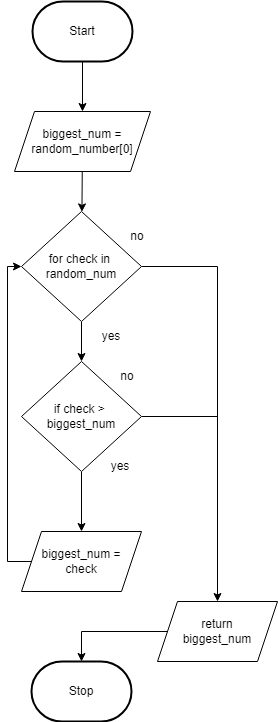
This is Drawio/FlowChart.png from JacksonNaufal/ICS3U-Unit6-03-Python, a draw.io export, as it was before one commit. Source tidied: cells renumbered, new cells last; positions are measured from the earlier drawing's top-left corner, leaving out a move shared by most shapes. Its diagram source:
```xml
<mxGraphModel>
  <root>
    <mxCell id="0" />
    <mxCell id="1" parent="0" />
    <mxCell id="2" style="edgeStyle=none;html=1;" parent="1" edge="1" source="3" target="13">
      <mxGeometry relative="1" as="geometry" />
    </mxCell>
    <mxCell id="3" value="Start" style="strokeWidth=2;html=1;shape=mxgraph.flowchart.terminator;whiteSpace=wrap;" parent="1" vertex="1">
      <mxGeometry x="25" width="100" height="60" as="geometry" />
    </mxCell>
    <mxCell id="4" value="Stop" style="strokeWidth=2;html=1;shape=mxgraph.flowchart.terminator;whiteSpace=wrap;rounded=1;" parent="1" vertex="1">
      <mxGeometry x="24" y="660" width="100" height="60" as="geometry" />
    </mxCell>
    <mxCell id="5" style="edgeStyle=none;html=1;" parent="1" edge="1" source="7" target="16">
      <mxGeometry relative="1" as="geometry" />
    </mxCell>
    <mxCell id="6" style="edgeStyle=none;html=1;entryX=0.5;entryY=0;entryDx=0;entryDy=0;endArrow=classic;endFill=1;rounded=0;" parent="1" edge="1" source="7" target="20">
      <mxGeometry relative="1" as="geometry">
        <Array as="points">
          <mxPoint x="210" y="265" />
        </Array>
      </mxGeometry>
    </mxCell>
    <mxCell id="7" value="for check in&amp;nbsp;&lt;br&gt;random_num" style="rhombus;whiteSpace=wrap;html=1;" parent="1" vertex="1">
      <mxGeometry x="14" y="210" width="120" height="110" as="geometry" />
    </mxCell>
    <mxCell id="8" style="edgeStyle=none;html=1;entryX=0;entryY=0.5;entryDx=0;entryDy=0;rounded=0;exitX=0;exitY=0.5;exitDx=0;exitDy=0;" parent="1" edge="1" source="11" target="7">
      <mxGeometry relative="1" as="geometry">
        <Array as="points">
          <mxPoint y="560" />
          <mxPoint y="265" />
        </Array>
      </mxGeometry>
    </mxCell>
    <mxCell id="9" value="yes" style="text;html=1;strokeColor=none;fillColor=none;align=center;verticalAlign=middle;whiteSpace=wrap;rounded=0;" parent="1" vertex="1">
      <mxGeometry x="74" y="320" width="60" height="30" as="geometry" />
    </mxCell>
    <mxCell id="10" value="no" style="text;html=1;strokeColor=none;fillColor=none;align=center;verticalAlign=middle;whiteSpace=wrap;rounded=0;" parent="1" vertex="1">
      <mxGeometry x="100" y="220" width="60" height="30" as="geometry" />
    </mxCell>
    <mxCell id="11" value="biggest_num =&lt;br&gt;check" style="shape=parallelogram;perimeter=parallelogramPerimeter;whiteSpace=wrap;html=1;fixedSize=1;" parent="1" vertex="1">
      <mxGeometry x="14" y="530" width="120" height="60" as="geometry" />
    </mxCell>
    <mxCell id="12" style="edgeStyle=none;html=1;" parent="1" edge="1" source="13" target="7">
      <mxGeometry relative="1" as="geometry" />
    </mxCell>
    <mxCell id="13" value="biggest_num = random_number[0]" style="shape=parallelogram;perimeter=parallelogramPerimeter;whiteSpace=wrap;html=1;fixedSize=1;" parent="1" vertex="1">
      <mxGeometry x="7" y="110" width="136" height="60" as="geometry" />
    </mxCell>
    <mxCell id="14" style="edgeStyle=none;html=1;entryX=0.5;entryY=0;entryDx=0;entryDy=0;" parent="1" edge="1" source="16" target="11">
      <mxGeometry relative="1" as="geometry" />
    </mxCell>
    <mxCell id="15" style="edgeStyle=none;html=1;endArrow=none;endFill=0;" parent="1" edge="1" source="16">
      <mxGeometry relative="1" as="geometry">
        <mxPoint x="210" y="415" as="targetPoint" />
      </mxGeometry>
    </mxCell>
    <mxCell id="16" value="if check &amp;gt;&amp;nbsp;&lt;br&gt;biggest_num" style="rhombus;whiteSpace=wrap;html=1;" parent="1" vertex="1">
      <mxGeometry x="14" y="360" width="120" height="110" as="geometry" />
    </mxCell>
    <mxCell id="17" value="no" style="text;html=1;strokeColor=none;fillColor=none;align=center;verticalAlign=middle;whiteSpace=wrap;rounded=0;" parent="1" vertex="1">
      <mxGeometry x="90" y="360" width="60" height="30" as="geometry" />
    </mxCell>
    <mxCell id="18" value="yes" style="text;html=1;strokeColor=none;fillColor=none;align=center;verticalAlign=middle;whiteSpace=wrap;rounded=0;" parent="1" vertex="1">
      <mxGeometry x="83" y="450" width="60" height="30" as="geometry" />
    </mxCell>
    <mxCell id="19" style="edgeStyle=none;rounded=0;html=1;entryX=0.5;entryY=0;entryDx=0;entryDy=0;entryPerimeter=0;endArrow=classic;endFill=1;" parent="1" edge="1" source="20" target="4">
      <mxGeometry relative="1" as="geometry">
        <Array as="points">
          <mxPoint x="74" y="630" />
        </Array>
      </mxGeometry>
    </mxCell>
    <mxCell id="20" value="return&lt;br&gt;biggest_num" style="shape=parallelogram;perimeter=parallelogramPerimeter;whiteSpace=wrap;html=1;fixedSize=1;" parent="1" vertex="1">
      <mxGeometry x="150" y="600" width="120" height="60" as="geometry" />
    </mxCell>
  </root>
</mxGraphModel>
```
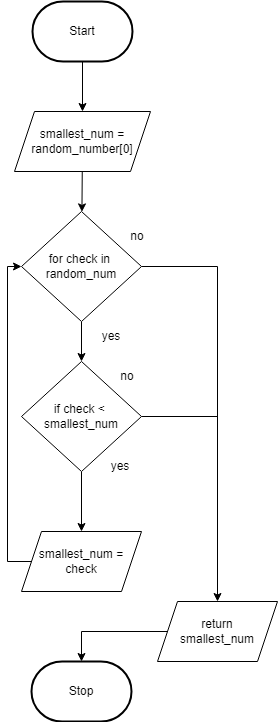
Above is the later version.

What changed in the source:
```diff
@@ -38,13 +38,13 @@
     <mxCell id="10" value="no" style="text;html=1;strokeColor=none;fillColor=none;align=center;verticalAlign=middle;whiteSpace=wrap;rounded=0;" parent="1" vertex="1">
       <mxGeometry x="100" y="220" width="60" height="30" as="geometry" />
     </mxCell>
-    <mxCell id="11" value="biggest_num =&lt;br&gt;check" style="shape=parallelogram;perimeter=parallelogramPerimeter;whiteSpace=wrap;html=1;fixedSize=1;" parent="1" vertex="1">
+    <mxCell id="11" value="smallest_num =&lt;br&gt;check" style="shape=parallelogram;perimeter=parallelogramPerimeter;whiteSpace=wrap;html=1;fixedSize=1;" parent="1" vertex="1">
       <mxGeometry x="14" y="530" width="120" height="60" as="geometry" />
     </mxCell>
     <mxCell id="12" style="edgeStyle=none;html=1;" parent="1" edge="1" source="13" target="7">
       <mxGeometry relative="1" as="geometry" />
     </mxCell>
-    <mxCell id="13" value="biggest_num = random_number[0]" style="shape=parallelogram;perimeter=parallelogramPerimeter;whiteSpace=wrap;html=1;fixedSize=1;" parent="1" vertex="1">
+    <mxCell id="13" value="smallest_num = random_number[0]" style="shape=parallelogram;perimeter=parallelogramPerimeter;whiteSpace=wrap;html=1;fixedSize=1;" parent="1" vertex="1">
       <mxGeometry x="7" y="110" width="136" height="60" as="geometry" />
     </mxCell>
     <mxCell id="14" style="edgeStyle=none;html=1;entryX=0.5;entryY=0;entryDx=0;entryDy=0;" parent="1" edge="1" source="16" target="11">
@@ -55,7 +55,7 @@
         <mxPoint x="210" y="415" as="targetPoint" />
       </mxGeometry>
     </mxCell>
-    <mxCell id="16" value="if check &amp;gt;&amp;nbsp;&lt;br&gt;biggest_num" style="rhombus;whiteSpace=wrap;html=1;" parent="1" vertex="1">
+    <mxCell id="16" value="if check &amp;lt;&amp;nbsp;&lt;br&gt;smallest_num" style="rhombus;whiteSpace=wrap;html=1;" parent="1" vertex="1">
       <mxGeometry x="14" y="360" width="120" height="110" as="geometry" />
     </mxCell>
     <mxCell id="17" value="no" style="text;html=1;strokeColor=none;fillColor=none;align=center;verticalAlign=middle;whiteSpace=wrap;rounded=0;" parent="1" vertex="1">
@@ -71,7 +71,7 @@
         </Array>
       </mxGeometry>
     </mxCell>
-    <mxCell id="20" value="return&lt;br&gt;biggest_num" style="shape=parallelogram;perimeter=parallelogramPerimeter;whiteSpace=wrap;html=1;fixedSize=1;" parent="1" vertex="1">
+    <mxCell id="20" value="return&lt;br&gt;smallest_num" style="shape=parallelogram;perimeter=parallelogramPerimeter;whiteSpace=wrap;html=1;fixedSize=1;" parent="1" vertex="1">
       <mxGeometry x="150" y="600" width="120" height="60" as="geometry" />
     </mxCell>
   </root>
```
